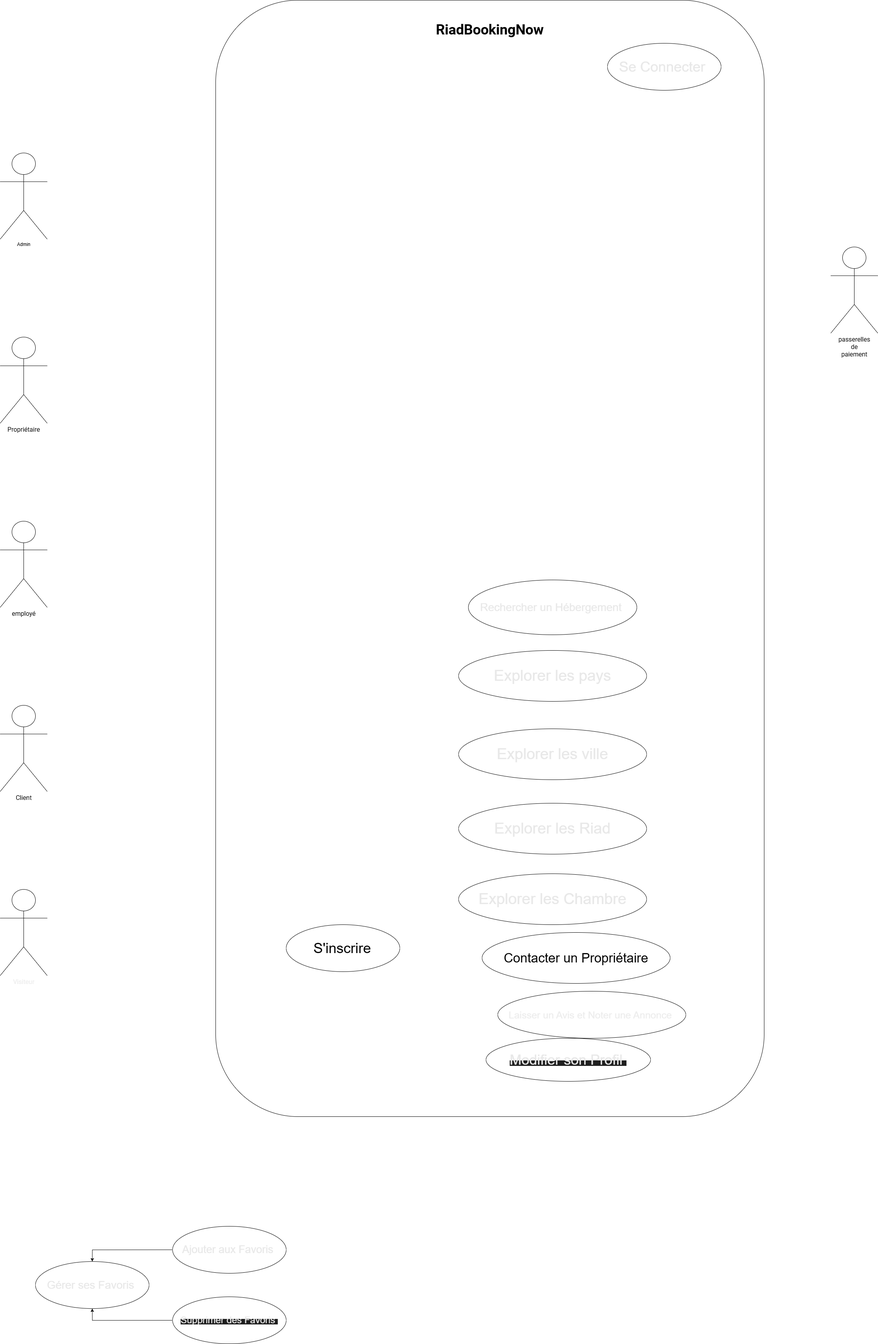
This is UML/useCase.drawio.png from Mohammed-Ben-Cheikh/ProjectFllRouge, a draw.io export, as it was before one commit. Source tidied: cells renumbered, new cells last; positions are measured from the earlier drawing's top-left corner, leaving out a move shared by most shapes.
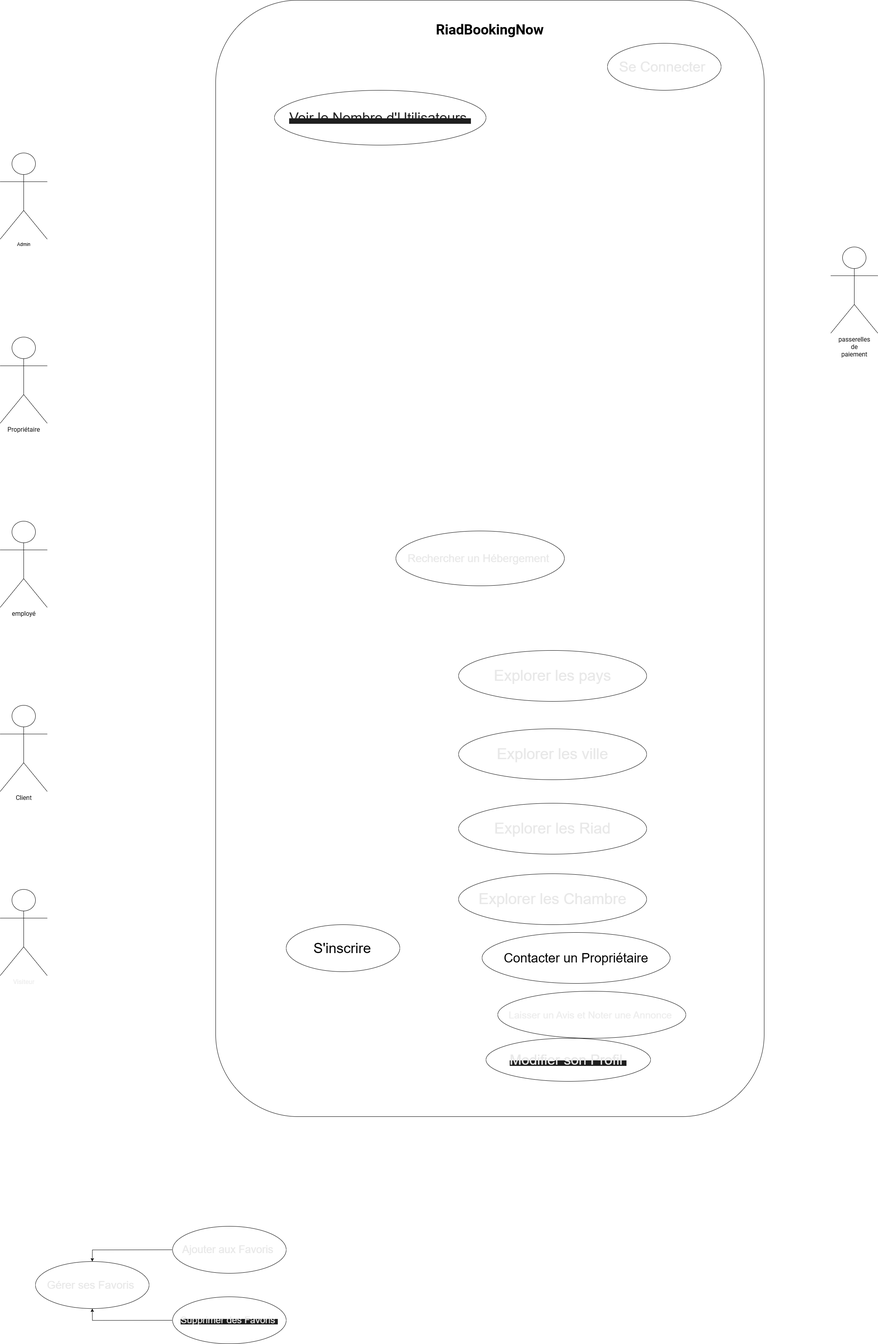
After the change.

Commit message:
Mettre à jour useCase.drawio.png

The edit, as a diff of the source:
```diff
@@ -33,7 +33,7 @@
       <mxGeometry x="730" y="2360" width="290" height="120" as="geometry" />
     </mxCell>
     <mxCell id="12" value="&lt;span style=&quot;font-family: Arial, sans-serif; text-align: start; white-space: pre;&quot;&gt;&lt;font style=&quot;font-size: 28px; color: light-dark(rgb(232, 232, 232), rgb(255, 255, 255));&quot;&gt;Rechercher un Hébergement &lt;/font&gt;&lt;/span&gt;" style="ellipse;whiteSpace=wrap;html=1;" parent="1" vertex="1">
-      <mxGeometry x="1195" y="1480" width="430" height="140" as="geometry" />
+      <mxGeometry x="1010" y="1355" width="430" height="140" as="geometry" />
     </mxCell>
     <mxCell id="13" value="&lt;span style=&quot;font-family: Arial, sans-serif; text-align: start; white-space: pre;&quot;&gt;&lt;font style=&quot;font-size: 39px; color: light-dark(rgb(232, 232, 232), rgb(255, 255, 255));&quot;&gt;Explorer les Riad&lt;/font&gt;&lt;/span&gt;" style="ellipse;whiteSpace=wrap;html=1;" parent="1" vertex="1">
       <mxGeometry x="1170" y="2050" width="480" height="130" as="geometry" />
@@ -71,5 +71,8 @@
     <mxCell id="24" value="&lt;div style=&quot;text-align: start;&quot;&gt;&lt;span style=&quot;font-family: Arial, sans-serif; white-space: pre; background-color: light-dark(rgb(31, 31, 31), transparent);&quot;&gt;&lt;font style=&quot;color: light-dark(rgb(232, 232, 232), rgb(255, 255, 255)); font-size: 36px;&quot;&gt;Modifier son Profil &lt;/font&gt;&lt;/span&gt;&lt;/div&gt;" style="ellipse;whiteSpace=wrap;html=1;" parent="1" vertex="1">
       <mxGeometry x="1240" y="2650" width="420" height="110" as="geometry" />
     </mxCell>
+    <mxCell id="25" value="&lt;span style=&quot;font-family: Arial, sans-serif; text-align: start; white-space: pre; background-color: light-dark(rgb(31, 31, 31), transparent);&quot;&gt;&lt;font style=&quot;color: light-dark(rgb(31, 31, 31), rgb(255, 255, 255)); font-size: 36px;&quot;&gt;Voir le Nombre d'Utilisateurs &lt;/font&gt;&lt;/span&gt;" style="ellipse;whiteSpace=wrap;html=1;" parent="1" vertex="1">
+      <mxGeometry x="700" y="230" width="540" height="140" as="geometry" />
+    </mxCell>
   </root>
 </mxGraphModel>
```
